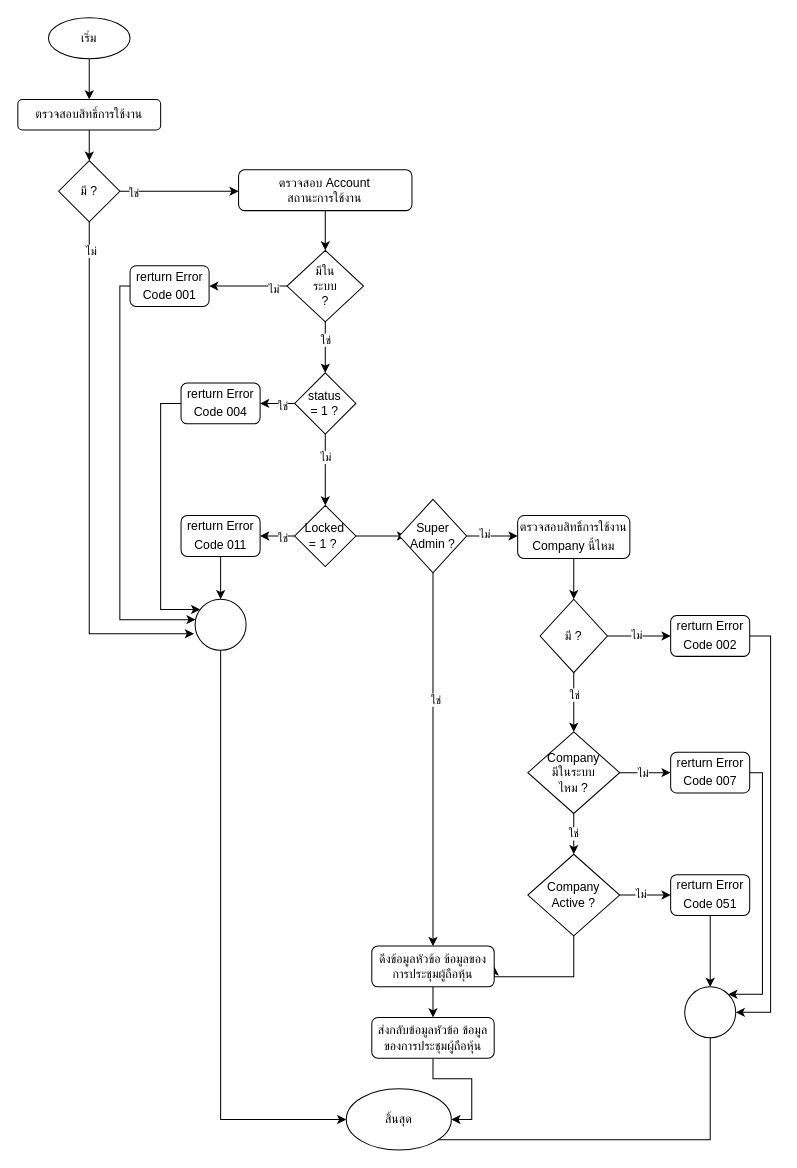
Earlier version of the draw.io diagram page "Page-1" (1 of 4) of ShareholderMeeting.drawio (charifrodmanee/charifrodmanee). Source tidied: cells renumbered, new cells numbered last; positions are measured from the earlier drawing's top-left corner, leaving out a move shared by most shapes. Both pictures are drawn from the tidied source at 102%, with x=0, y=0 at pixel (17, 17).
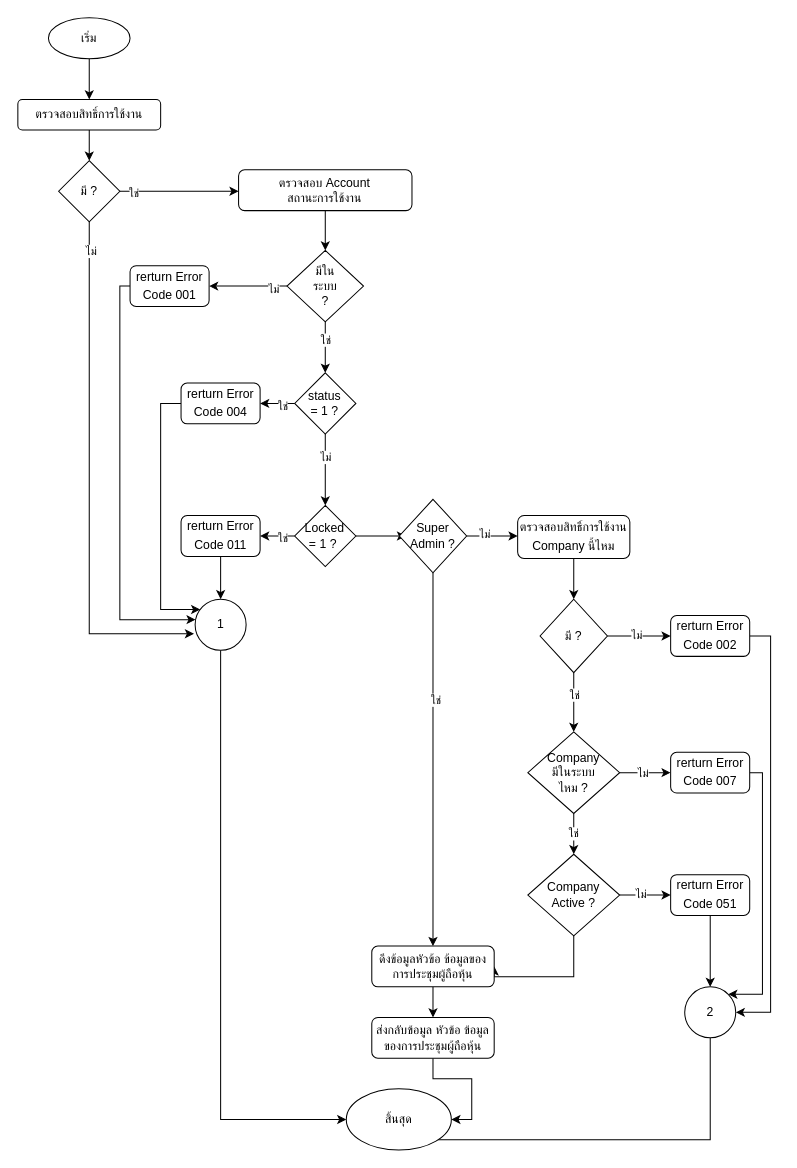
Above is the later version.

The edit, as a diff of the source:
```diff
@@
-    <mxCell id="21" style="ellipse;whiteSpace=wrap;html=1;" parent="1" vertex="1">
+    <mxCell id="21" value="1" style="ellipse;whiteSpace=wrap;html=1;" parent="1" vertex="1">
       <mxGeometry x="173.8" y="570" width="50" height="50" as="geometry" />
     </mxCell>
@@
-    <mxCell id="64" style="ellipse;whiteSpace=wrap;html=1;" parent="1" vertex="1">
+    <mxCell id="64" value="2" style="ellipse;whiteSpace=wrap;html=1;" parent="1" vertex="1">
       <mxGeometry x="653.8" y="950" width="50" height="50" as="geometry" />
     </mxCell>
@@
-    <mxCell id="67" value="ส่งกลับข้อมูลหัวข้อ ข้อมูลของการประชุมผู้ถือหุ้น" style="rounded=1;whiteSpace=wrap;html=1;" parent="1" vertex="1">
+    <mxCell id="67" value="ส่งกลับข้อมูล หัวข้อ ข้อมูลของการประชุมผู้ถือหุ้น" style="rounded=1;whiteSpace=wrap;html=1;" parent="1" vertex="1">
       <mxGeometry x="347" y="980" width="120" height="40" as="geometry" />
     </mxCell>
```
